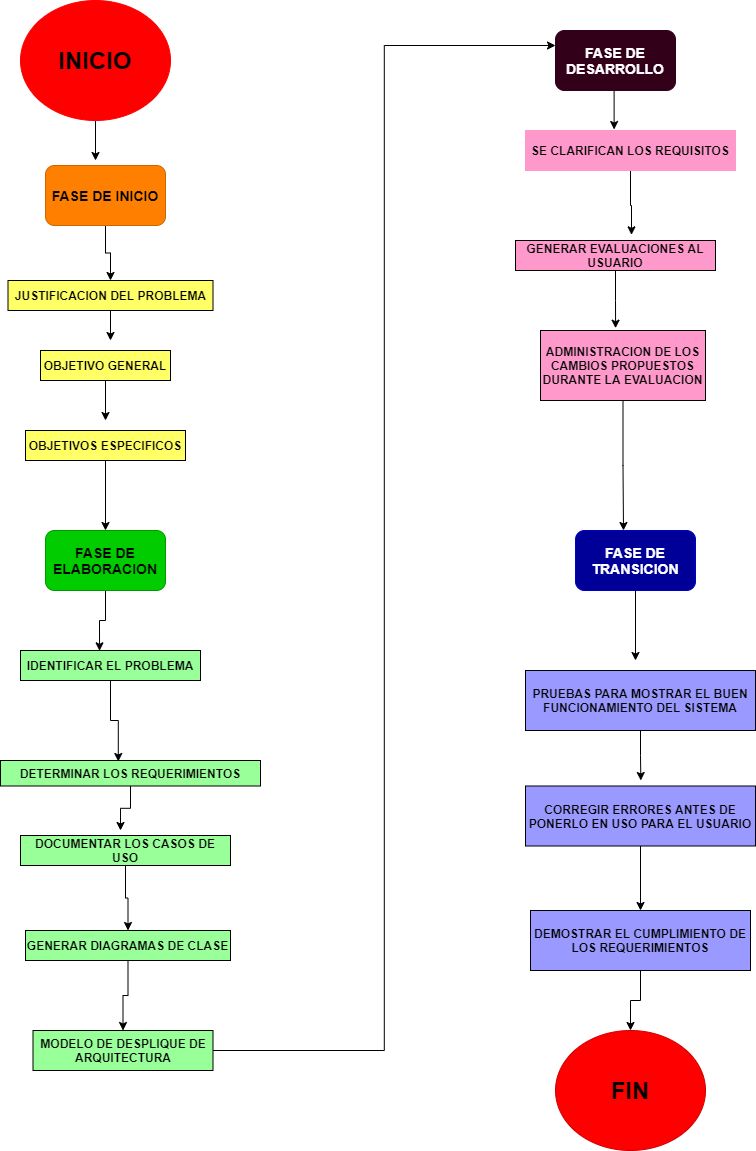
Earlier version of the draw.io export Documents U1/Images/flujo_de_proceso.png (DianaHFer/Analisis-avanzado-de-software). Source tidied: cells renumbered, new cells last; positions are measured from the earlier drawing's top-left corner, leaving out a move shared by most shapes.
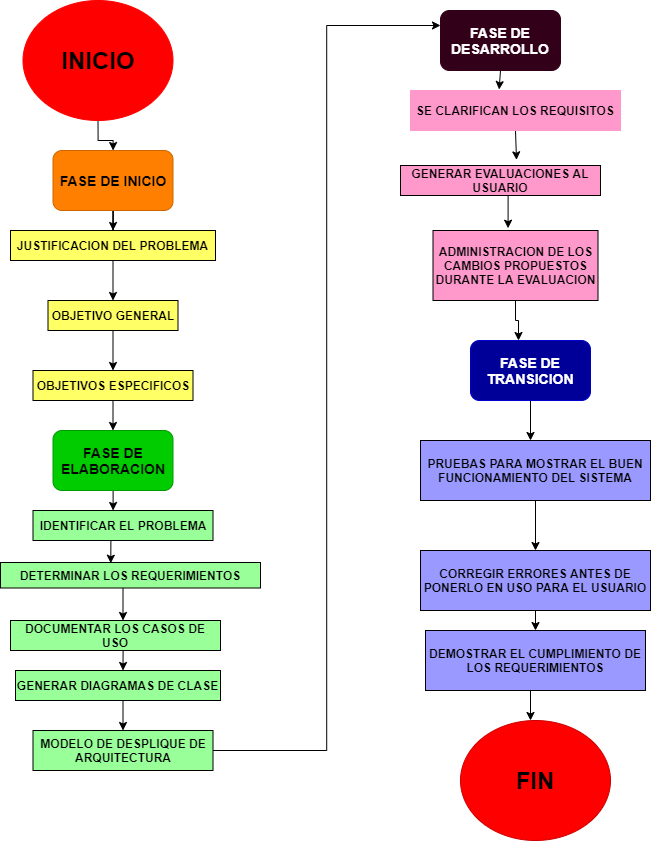
The same diagram one commit later.

The edit, as a diff of the source:
```diff
@@ -2,134 +2,141 @@
   <root>
     <mxCell id="0" />
     <mxCell id="1" parent="0" />
-    <mxCell id="2" style="edgeStyle=orthogonalEdgeStyle;rounded=0;jettySize=auto;html=1;exitX=0.5;exitY=1;exitDx=0;exitDy=0;fontSize=14;fontColor=#FFFFFF;" parent="1" edge="1" source="3">
-      <mxGeometry relative="1" as="geometry">
-        <mxPoint x="95" y="160" as="targetPoint" />
-      </mxGeometry>
+    <mxCell id="2" style="edgeStyle=orthogonalEdgeStyle;rounded=0;jettySize=auto;html=1;exitX=0.5;exitY=1;exitDx=0;exitDy=0;fontSize=14;fontColor=#FFFFFF;" parent="1" edge="1" source="3" target="5">
+      <mxGeometry relative="1" as="geometry" />
     </mxCell>
     <mxCell id="3" value="&lt;font style=&quot;font-size: 24px&quot;&gt;INICIO&lt;/font&gt;" style="ellipse;whiteSpace=wrap;html=1;fillColor=#FF0000;fontStyle=1;fontColor=#000000;strokeColor=#FF0000;" parent="1" vertex="1">
-      <mxGeometry x="20" width="150" height="120" as="geometry" />
+      <mxGeometry x="112.5" y="-10" width="150" height="120" as="geometry" />
     </mxCell>
     <mxCell id="4" style="edgeStyle=orthogonalEdgeStyle;rounded=0;jettySize=auto;html=1;entryX=0.5;entryY=0;entryDx=0;entryDy=0;fontSize=14;fontColor=#FFFFFF;" parent="1" edge="1" source="5" target="11">
       <mxGeometry relative="1" as="geometry" />
     </mxCell>
     <mxCell id="5" value="&lt;span style=&quot;font-size: 14px;&quot;&gt;FASE DE INICIO&lt;/span&gt;" style="rounded=1;whiteSpace=wrap;html=1;fillColor=#FF8000;fontStyle=1;fontColor=#000000;fontSize=14;strokeColor=#CC6600;" parent="1" vertex="1">
-      <mxGeometry x="45" y="165" width="120" height="60" as="geometry" />
+      <mxGeometry x="142.5" y="140" width="120" height="60" as="geometry" />
     </mxCell>
-    <mxCell id="6" style="edgeStyle=orthogonalEdgeStyle;rounded=0;jettySize=auto;html=1;fontSize=14;fontColor=#FFFFFF;" parent="1" edge="1" source="7">
-      <mxGeometry relative="1" as="geometry">
-        <mxPoint x="105" y="420" as="targetPoint" />
-      </mxGeometry>
+    <mxCell id="6" style="edgeStyle=orthogonalEdgeStyle;rounded=0;jettySize=auto;html=1;fontSize=14;fontColor=#FFFFFF;entryX=0.5;entryY=0;entryDx=0;entryDy=0;" parent="1" edge="1" source="7" target="9">
+      <mxGeometry relative="1" as="geometry" />
     </mxCell>
     <mxCell id="7" value="OBJETIVO GENERAL" style="rounded=0;whiteSpace=wrap;html=1;fillColor=#FFFF66;fontStyle=1;fontColor=#000000;" parent="1" vertex="1">
-      <mxGeometry x="40" y="350" width="130" height="30" as="geometry" />
+      <mxGeometry x="137.5" y="290" width="130" height="30" as="geometry" />
     </mxCell>
     <mxCell id="8" style="edgeStyle=orthogonalEdgeStyle;rounded=0;jettySize=auto;html=1;exitX=0.5;exitY=1;exitDx=0;exitDy=0;entryX=0.5;entryY=0;entryDx=0;entryDy=0;fontSize=14;fontColor=#FFFFFF;" parent="1" edge="1" source="9" target="13">
       <mxGeometry relative="1" as="geometry" />
     </mxCell>
     <mxCell id="9" value="OBJETIVOS ESPECIFICOS" style="rounded=0;whiteSpace=wrap;html=1;fillColor=#FFFF66;fontStyle=1;fontColor=#000000;" parent="1" vertex="1">
-      <mxGeometry x="25" y="430" width="160" height="30" as="geometry" />
+      <mxGeometry x="122.5" y="360" width="160" height="30" as="geometry" />
     </mxCell>
-    <mxCell id="10" style="edgeStyle=orthogonalEdgeStyle;rounded=0;jettySize=auto;html=1;fontSize=14;fontColor=#FFFFFF;" parent="1" edge="1" source="11">
-      <mxGeometry relative="1" as="geometry">
-        <mxPoint x="110" y="340" as="targetPoint" />
-      </mxGeometry>
+    <mxCell id="10" style="edgeStyle=orthogonalEdgeStyle;rounded=0;jettySize=auto;html=1;fontSize=14;fontColor=#FFFFFF;" parent="1" edge="1" source="11" target="7">
+      <mxGeometry relative="1" as="geometry" />
     </mxCell>
     <mxCell id="11" value="&lt;b&gt;&lt;font color=&quot;#000000&quot;&gt;JUSTIFICACION DEL PROBLEMA&lt;/font&gt;&lt;/b&gt;" style="rounded=0;whiteSpace=wrap;html=1;fillColor=#FFFF66;strokeColor=#000000;" parent="1" vertex="1">
-      <mxGeometry x="7.5" y="280" width="205" height="30" as="geometry" />
+      <mxGeometry x="100" y="220" width="205" height="30" as="geometry" />
     </mxCell>
     <mxCell id="12" style="edgeStyle=orthogonalEdgeStyle;rounded=0;jettySize=auto;html=1;entryX=0.439;entryY=0.011;entryDx=0;entryDy=0;entryPerimeter=0;fontSize=14;fontColor=#FFFFFF;" parent="1" edge="1" source="13" target="15">
       <mxGeometry relative="1" as="geometry" />
     </mxCell>
     <mxCell id="13" value="FASE DE ELABORACION" style="rounded=1;whiteSpace=wrap;html=1;fillColor=#00CC00;fontStyle=1;fontColor=#000000;fontSize=14;strokeColor=#009900;" parent="1" vertex="1">
-      <mxGeometry x="45" y="530" width="120" height="60" as="geometry" />
+      <mxGeometry x="142.5" y="420" width="120" height="60" as="geometry" />
     </mxCell>
-    <mxCell id="14" style="edgeStyle=orthogonalEdgeStyle;rounded=0;jettySize=auto;html=1;exitX=0.5;exitY=1;exitDx=0;exitDy=0;entryX=0.453;entryY=0.039;entryDx=0;entryDy=0;entryPerimeter=0;fontSize=14;fontColor=#FFFFFF;" parent="1" edge="1" source="15" target="27">
-      <mxGeometry relative="1" as="geometry" />
+    <mxCell id="14" style="edgeStyle=orthogonalEdgeStyle;rounded=0;jettySize=auto;html=1;exitX=0.5;exitY=1;exitDx=0;exitDy=0;entryX=0.453;entryY=0.039;entryDx=0;entryDy=0;entryPerimeter=0;fontSize=14;fontColor=#FFFFFF;" parent="1" edge="1" source="15">
+      <mxGeometry relative="1" as="geometry">
+        <mxPoint x="200.3" y="552.7" as="targetPoint" />
+      </mxGeometry>
     </mxCell>
     <mxCell id="15" value="IDENTIFICAR EL PROBLEMA" style="rounded=0;whiteSpace=wrap;html=1;fillColor=#99FF99;fontStyle=1;fontColor=#000000;" parent="1" vertex="1">
-      <mxGeometry x="20" y="650" width="180" height="30" as="geometry" />
+      <mxGeometry x="122.5" y="500" width="180" height="30" as="geometry" />
     </mxCell>
     <mxCell id="16" style="edgeStyle=orthogonalEdgeStyle;rounded=0;jettySize=auto;html=1;exitX=0.5;exitY=1;exitDx=0;exitDy=0;entryX=0.5;entryY=0;entryDx=0;entryDy=0;fontSize=14;fontColor=#FFFFFF;" parent="1" edge="1" source="17" target="31">
       <mxGeometry relative="1" as="geometry" />
     </mxCell>
     <mxCell id="17" value="CORREGIR ERRORES ANTES DE PONERLO EN USO PARA EL USUARIO" style="rounded=0;whiteSpace=wrap;html=1;fillColor=#9999FF;fontStyle=1;fontColor=#000000;" parent="1" vertex="1">
-      <mxGeometry x="525" y="785.5" width="230" height="60" as="geometry" />
+      <mxGeometry x="510" y="540" width="230" height="60" as="geometry" />
     </mxCell>
     <mxCell id="18" style="edgeStyle=orthogonalEdgeStyle;rounded=0;jettySize=auto;html=1;entryX=0;entryY=0.25;entryDx=0;entryDy=0;fontSize=14;fontColor=#FFFFFF;" parent="1" edge="1" source="19" target="29">
       <mxGeometry relative="1" as="geometry" />
     </mxCell>
     <mxCell id="19" value="MODELO DE DESPLIQUE DE ARQUITECTURA" style="rounded=0;whiteSpace=wrap;html=1;fillColor=#99FF99;fontStyle=1;fontColor=#000000;" parent="1" vertex="1">
-      <mxGeometry x="32.5" y="1030" width="180" height="40" as="geometry" />
+      <mxGeometry x="122.5" y="720" width="180" height="40" as="geometry" />
     </mxCell>
-    <mxCell id="20" style="edgeStyle=orthogonalEdgeStyle;rounded=0;jettySize=auto;html=1;exitX=0.5;exitY=1;exitDx=0;exitDy=0;entryX=0.5;entryY=0;entryDx=0;entryDy=0;fontSize=14;fontColor=#FFFFFF;" parent="1" edge="1" source="21" target="19">
-      <mxGeometry relative="1" as="geometry" />
+    <mxCell id="20" style="edgeStyle=orthogonalEdgeStyle;rounded=0;jettySize=auto;html=1;exitX=0.5;exitY=1;exitDx=0;exitDy=0;entryX=0.5;entryY=0;entryDx=0;entryDy=0;fontSize=14;fontColor=#FFFFFF;" parent="1" edge="1" target="19">
+      <mxGeometry relative="1" as="geometry">
+        <mxPoint x="212.5" y="690" as="sourcePoint" />
+      </mxGeometry>
     </mxCell>
     <mxCell id="21" value="GENERAR DIAGRAMAS DE CLASE" style="rounded=0;whiteSpace=wrap;html=1;fillColor=#99FF99;fontStyle=1;fontColor=#000000;" parent="1" vertex="1">
-      <mxGeometry x="25" y="930" width="205" height="30" as="geometry" />
+      <mxGeometry x="105" y="660" width="205" height="30" as="geometry" />
     </mxCell>
     <mxCell id="22" style="edgeStyle=orthogonalEdgeStyle;rounded=0;jettySize=auto;html=1;exitX=0.5;exitY=1;exitDx=0;exitDy=0;fontSize=14;fontColor=#FFFFFF;" parent="1" edge="1" source="23">
       <mxGeometry relative="1" as="geometry">
-        <mxPoint x="640.3" y="780" as="targetPoint" />
+        <mxPoint x="625" y="540" as="targetPoint" />
       </mxGeometry>
     </mxCell>
     <mxCell id="23" value="PRUEBAS PARA MOSTRAR EL BUEN FUNCIONAMIENTO DEL SISTEMA" style="rounded=0;whiteSpace=wrap;html=1;fillColor=#9999FF;fontStyle=1;fontColor=#000000;" parent="1" vertex="1">
-      <mxGeometry x="525" y="670" width="230" height="60" as="geometry" />
+      <mxGeometry x="510" y="430" width="230" height="60" as="geometry" />
     </mxCell>
-    <mxCell id="24" style="edgeStyle=orthogonalEdgeStyle;rounded=0;jettySize=auto;html=1;exitX=0.5;exitY=1;exitDx=0;exitDy=0;entryX=0.5;entryY=0;entryDx=0;entryDy=0;fontSize=14;fontColor=#FFFFFF;" parent="1" edge="1" source="25" target="21">
-      <mxGeometry relative="1" as="geometry" />
+    <mxCell id="24" style="edgeStyle=orthogonalEdgeStyle;rounded=0;orthogonalLoop=1;jettySize=auto;html=1;exitX=0.5;exitY=1;exitDx=0;exitDy=0;entryX=0.5;entryY=0;entryDx=0;entryDy=0;fontSize=14;fontColor=#FFFFFF;" parent="1" edge="1">
+      <mxGeometry relative="1" as="geometry">
+        <mxPoint x="217.5" y="640" as="sourcePoint" />
+        <mxPoint x="212.5" y="660" as="targetPoint" />
+      </mxGeometry>
     </mxCell>
     <mxCell id="25" value="DOCUMENTAR LOS CASOS DE USO" style="rounded=0;whiteSpace=wrap;html=1;fillColor=#99FF99;fontStyle=1;fontColor=#000000;" parent="1" vertex="1">
-      <mxGeometry x="20" y="835" width="210" height="30" as="geometry" />
+      <mxGeometry x="100" y="610" width="210" height="30" as="geometry" />
     </mxCell>
-    <mxCell id="26" style="edgeStyle=orthogonalEdgeStyle;rounded=0;jettySize=auto;html=1;exitX=0.5;exitY=1;exitDx=0;exitDy=0;fontSize=14;fontColor=#FFFFFF;" parent="1" edge="1" source="27">
+    <mxCell id="26" style="edgeStyle=orthogonalEdgeStyle;rounded=0;orthogonalLoop=1;jettySize=auto;html=1;exitX=0.5;exitY=1;exitDx=0;exitDy=0;fontSize=14;fontColor=#FFFFFF;" parent="1" edge="1">
       <mxGeometry relative="1" as="geometry">
-        <mxPoint x="120" y="830" as="targetPoint" />
+        <mxPoint x="212.5" y="577.2" as="sourcePoint" />
+        <mxPoint x="212.5" y="610" as="targetPoint" />
       </mxGeometry>
     </mxCell>
     <mxCell id="27" value="DETERMINAR LOS REQUERIMIENTOS" style="rounded=0;whiteSpace=wrap;html=1;fillColor=#99FF99;fontStyle=1;fontColor=#000000;" parent="1" vertex="1">
-      <mxGeometry y="760" width="260" height="25.5" as="geometry" />
+      <mxGeometry x="90" y="552" width="260" height="25.5" as="geometry" />
     </mxCell>
     <mxCell id="28" style="edgeStyle=orthogonalEdgeStyle;rounded=0;jettySize=auto;html=1;exitX=0.5;exitY=1;exitDx=0;exitDy=0;entryX=0.422;entryY=-0.025;entryDx=0;entryDy=0;entryPerimeter=0;fontSize=14;fontColor=#FFFFFF;" parent="1" edge="1" source="29" target="37">
       <mxGeometry relative="1" as="geometry" />
     </mxCell>
     <mxCell id="29" value="FASE DE DESARROLLO" style="rounded=1;whiteSpace=wrap;html=1;fillColor=#33001A;fontStyle=1;fontSize=14;fontColor=#FFFFFF;strokeColor=#33001A;" parent="1" vertex="1">
-      <mxGeometry x="555" y="30" width="120" height="60" as="geometry" />
+      <mxGeometry x="530" width="120" height="60" as="geometry" />
     </mxCell>
-    <mxCell id="30" style="edgeStyle=orthogonalEdgeStyle;rounded=0;jettySize=auto;html=1;exitX=0.5;exitY=1;exitDx=0;exitDy=0;entryX=0.5;entryY=0;entryDx=0;entryDy=0;fontSize=14;fontColor=#FFFFFF;" parent="1" edge="1" source="31" target="40">
-      <mxGeometry relative="1" as="geometry" />
+    <mxCell id="30" style="edgeStyle=orthogonalEdgeStyle;rounded=0;jettySize=auto;html=1;exitX=0.5;exitY=1;exitDx=0;exitDy=0;entryX=0.5;entryY=0;entryDx=0;entryDy=0;fontSize=14;fontColor=#FFFFFF;" parent="1" edge="1" source="31">
+      <mxGeometry relative="1" as="geometry">
+        <mxPoint x="620" y="710" as="targetPoint" />
+      </mxGeometry>
     </mxCell>
     <mxCell id="31" value="DEMOSTRAR EL CUMPLIMIENTO DE LOS REQUERIMIENTOS" style="rounded=0;whiteSpace=wrap;html=1;fillColor=#9999FF;fontStyle=1;fontColor=#000000;" parent="1" vertex="1">
-      <mxGeometry x="530" y="910" width="220" height="60" as="geometry" />
+      <mxGeometry x="515" y="620" width="220" height="60" as="geometry" />
     </mxCell>
     <mxCell id="32" style="edgeStyle=orthogonalEdgeStyle;rounded=0;jettySize=auto;html=1;exitX=0.5;exitY=1;exitDx=0;exitDy=0;entryX=0.4;entryY=0;entryDx=0;entryDy=0;entryPerimeter=0;fontSize=14;fontColor=#FFFFFF;" parent="1" edge="1" source="33" target="39">
       <mxGeometry relative="1" as="geometry" />
     </mxCell>
     <mxCell id="33" value="ADMINISTRACION DE LOS CAMBIOS PROPUESTOS DURANTE LA EVALUACION" style="rounded=0;whiteSpace=wrap;html=1;fillColor=#FF99CC;fontStyle=1;fontColor=#000000;" parent="1" vertex="1">
-      <mxGeometry x="540" y="330" width="165" height="70" as="geometry" />
+      <mxGeometry x="522.5" y="220" width="165" height="70" as="geometry" />
     </mxCell>
     <mxCell id="34" style="edgeStyle=orthogonalEdgeStyle;rounded=0;jettySize=auto;html=1;exitX=0.5;exitY=1;exitDx=0;exitDy=0;entryX=0.455;entryY=-0.033;entryDx=0;entryDy=0;entryPerimeter=0;fontSize=14;fontColor=#FFFFFF;" parent="1" edge="1" source="35" target="33">
       <mxGeometry relative="1" as="geometry" />
     </mxCell>
     <mxCell id="35" value="GENERAR EVALUACIONES AL USUARIO" style="rounded=0;whiteSpace=wrap;html=1;fillColor=#FF99CC;fontStyle=1;fontColor=#000000;" parent="1" vertex="1">
-      <mxGeometry x="515" y="240" width="200" height="30" as="geometry" />
+      <mxGeometry x="490" y="155" width="200" height="30" as="geometry" />
     </mxCell>
     <mxCell id="36" style="edgeStyle=orthogonalEdgeStyle;rounded=0;jettySize=auto;html=1;exitX=0.5;exitY=1;exitDx=0;exitDy=0;entryX=0.58;entryY=-0.189;entryDx=0;entryDy=0;entryPerimeter=0;fontSize=14;fontColor=#FFFFFF;" parent="1" edge="1" source="37" target="35">
       <mxGeometry relative="1" as="geometry" />
     </mxCell>
     <mxCell id="37" value="SE CLARIFICAN LOS REQUISITOS" style="rounded=0;whiteSpace=wrap;html=1;fillColor=#FF99CC;fontStyle=1;fontColor=#000000;strokeColor=#FF99CC;" parent="1" vertex="1">
-      <mxGeometry x="525" y="130" width="210" height="40" as="geometry" />
+      <mxGeometry x="500" y="80" width="210" height="40" as="geometry" />
     </mxCell>
     <mxCell id="38" style="edgeStyle=orthogonalEdgeStyle;rounded=0;jettySize=auto;html=1;exitX=0.5;exitY=1;exitDx=0;exitDy=0;fontSize=14;fontColor=#FFFFFF;" parent="1" edge="1" source="39">
       <mxGeometry relative="1" as="geometry">
-        <mxPoint x="635" y="660" as="targetPoint" />
+        <mxPoint x="620" y="430" as="targetPoint" />
       </mxGeometry>
     </mxCell>
     <mxCell id="39" value="FASE DE TRANSICION" style="rounded=1;whiteSpace=wrap;html=1;fillColor=#000099;fontStyle=1;fontSize=14;fontColor=#FFFFFF;strokeColor=#0000CC;" parent="1" vertex="1">
-      <mxGeometry x="575" y="530" width="120" height="60" as="geometry" />
+      <mxGeometry x="560" y="330" width="120" height="60" as="geometry" />
     </mxCell>
     <mxCell id="40" value="&lt;font style=&quot;font-size: 24px&quot;&gt;FIN&lt;/font&gt;" style="ellipse;whiteSpace=wrap;html=1;fillColor=#FF0000;fontStyle=1;fontColor=#000000;strokeColor=#CC0000;" parent="1" vertex="1">
-      <mxGeometry x="555" y="1030" width="150" height="120" as="geometry" />
+      <mxGeometry x="550" y="710" width="150" height="120" as="geometry" />
     </mxCell>
+    <mxCell id="41" style="edgeStyle=orthogonalEdgeStyle;rounded=0;orthogonalLoop=1;jettySize=auto;html=1;exitX=0.5;exitY=1;exitDx=0;exitDy=0;" parent="1" edge="1" source="25" target="25">
+      <mxGeometry relative="1" as="geometry" />
+    </mxCell>
   </root>
 </mxGraphModel>
```
